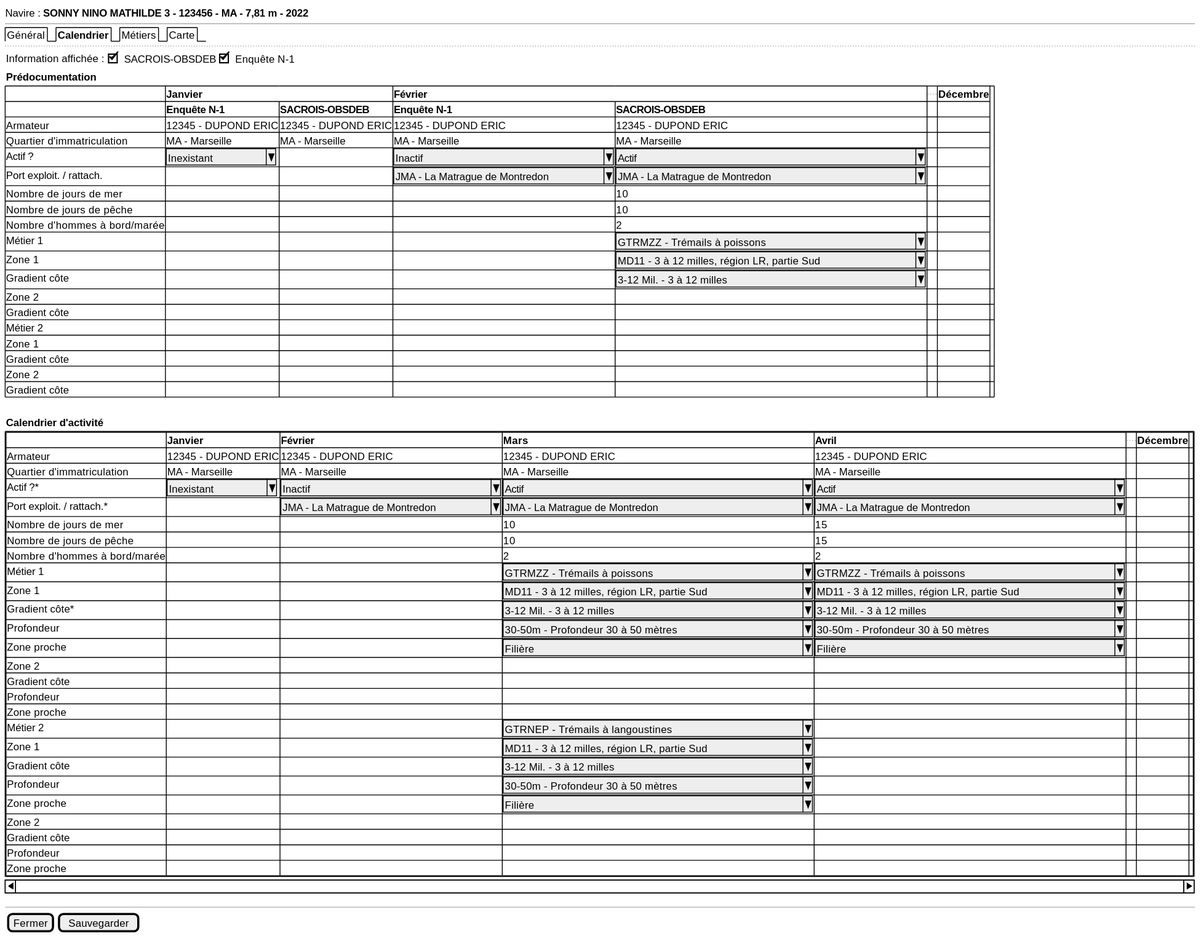
Earlier version of the PlantUML export projects/activity-calendar/spe/images/activity-calendar-new.svg (sumaris-net/sumaris-doc).
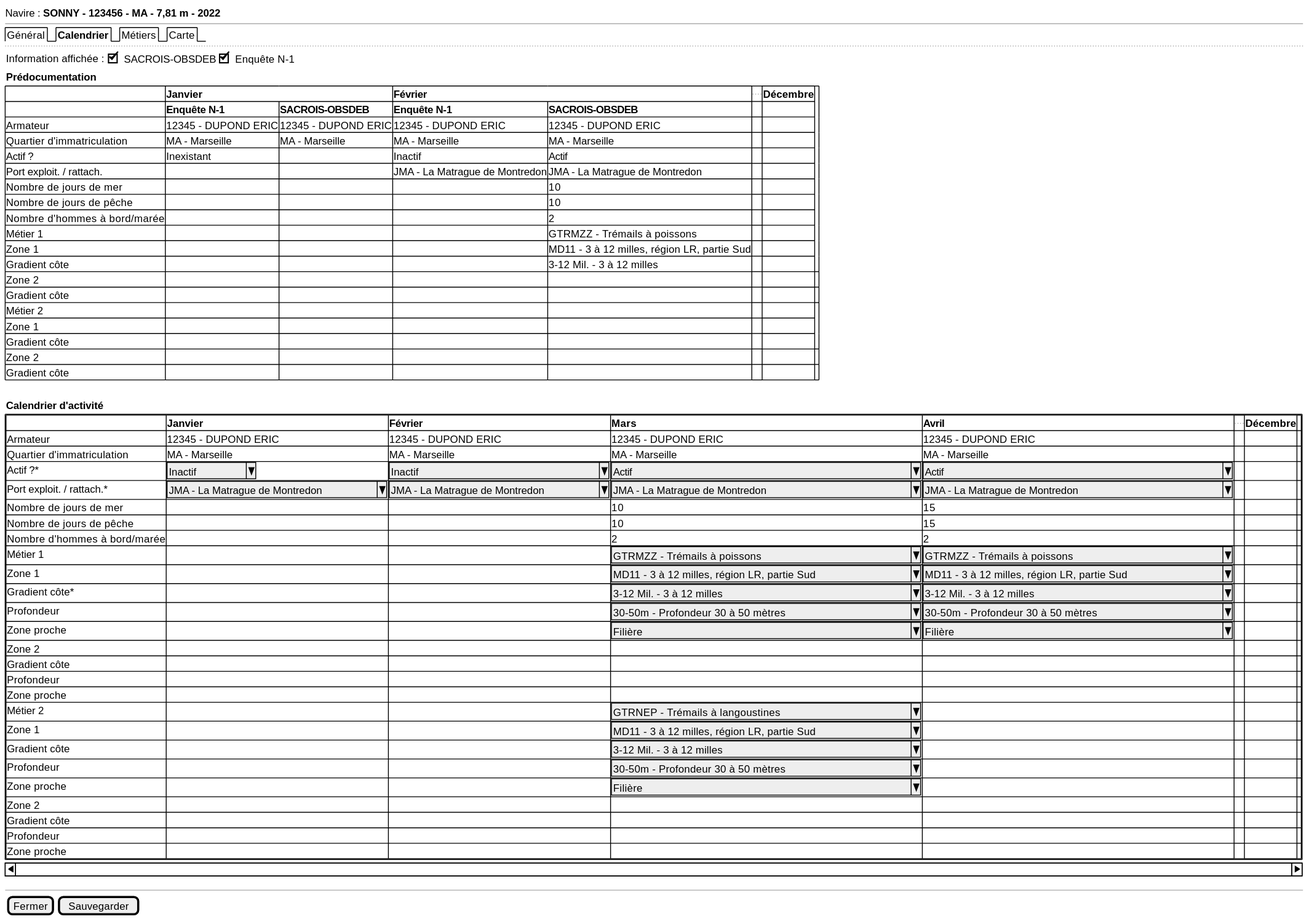
Above is the later version.

Change to the diagram source:
```diff
@@ -1,6 +1,6 @@
 @startsalt
 {
-  Navire : <b>SONNY NINO MATHILDE 3 - 123456 - MA - 7,81 m - 2022
+  Navire : <b>SONNY - 123456 - MA - 7,81 m - 2022
   --
   {/ Général | <b>Calendrier | Métiers | Carte}
   ..
@@ -12,14 +12,14 @@
      . | <b>Enquête N-1 | <b>SACROIS-OBSDEB | <b>Enquête N-1 | <b>SACROIS-OBSDEB | . | .
      Armateur | 12345 - DUPOND ERIC | 12345 - DUPOND ERIC | 12345 - DUPOND ERIC | 12345 - DUPOND ERIC | . | .
      Quartier d'immatriculation | MA - Marseille | MA - Marseille | MA - Marseille | MA - Marseille | . | .
-     Actif ? | ^Inexistant    ^ | . | ^Inactif                       ^ | ^Actif                                      ^ | . | .
-     Port exploit. / rattach. | . | . | ^JMA - La Matrague de Montredon^| ^JMA - La Matrague de Montredon             ^ | . | .
+     Actif ? | Inexistant | . | Inactif | Actif | . | .
+     Port exploit. / rattach. | . | . | JMA - La Matrague de Montredon | JMA - La Matrague de Montredon | . | .
      Nombre de jours de mer | . | . | . | 10 | . | .
      Nombre de jours de pêche | . | . | . | 10 | . | .
      Nombre d'hommes à bord/marée | . | . | . | 2 | . | .
-     Métier 1 | . | . | .| ^GTRMZZ - Trémails à poissons               ^ | . | .
-     Zone 1 | . | . | .| ^MD11 - 3 à 12 milles, région LR, partie Sud^ | . | .
-     Gradient côte | . | . | .| ^3-12 Mil. - 3 à 12 milles                  ^ | . | .
+     Métier 1 | . | . | .| GTRMZZ - Trémails à poissons | . | .
+     Zone 1 | . | . | .| MD11 - 3 à 12 milles, région LR, partie Sud | . | .
+     Gradient côte | . | . | .| 3-12 Mil. - 3 à 12 milles | . | .
      Zone 2 | . | . | . | . | . | . | .
      Gradient côte | . | . | . | . | . | . | .
      Métier 2 | . | . | . | . | . | .
@@ -36,8 +36,8 @@
      . | <b>Janvier | <b>Février | <b>Mars | <b>Avril| ... | <b>Décembre
      Armateur | 12345 - DUPOND ERIC | 12345 - DUPOND ERIC | 12345 - DUPOND ERIC | 12345 - DUPOND ERIC | . | . | .
      Quartier d'immatriculation | MA - Marseille | MA - Marseille | MA - Marseille | MA - Marseille | . | . | .
-     Actif ?* | ^Inexistant    ^| ^Inactif                       ^| ^Actif                                      ^ | ^Actif                                      ^| . | . | .
-     Port exploit. / rattach.* | . | ^JMA - La Matrague de Montredon^ | ^JMA - La Matrague de Montredon             ^ | ^JMA - La Matrague de Montredon             ^| . | . | .
+     Actif ?* | ^Inactif    ^| ^Inactif                       ^| ^Actif                                      ^ | ^Actif                                      ^| . | . | .
+     Port exploit. / rattach.* | ^JMA - La Matrague de Montredon^ | ^JMA - La Matrague de Montredon^ | ^JMA - La Matrague de Montredon             ^ | ^JMA - La Matrague de Montredon             ^| . | . | .
      Nombre de jours de mer | . | . | 10 | 15 | . | . | .
      Nombre de jours de pêche | . | . | 10 | 15 | . | . | .
      Nombre d'hommes à bord/marée | . | . | 2 | 2 | . | . | .
```
